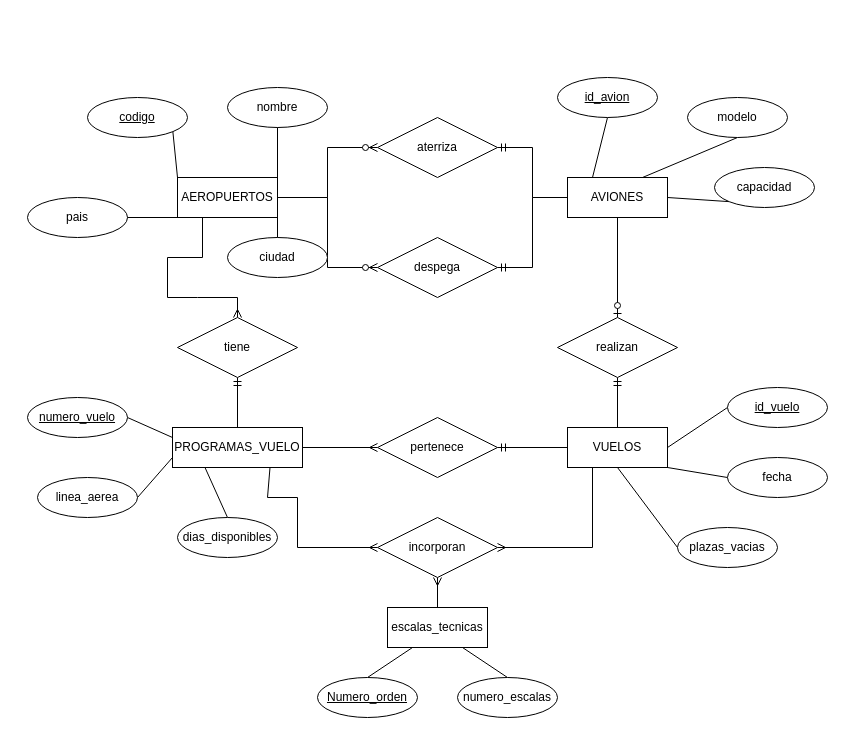
Before: aeropuerto.drawio in rosemberg0212/Software-libre, a draw.io diagram. Source tidied: cells renumbered, new cells numbered last; positions are measured from the earlier drawing's top-left corner, leaving out a move shared by most shapes. Both pictures are drawn from the tidied source at 100%, with x=0, y=0 at pixel (27, 77).
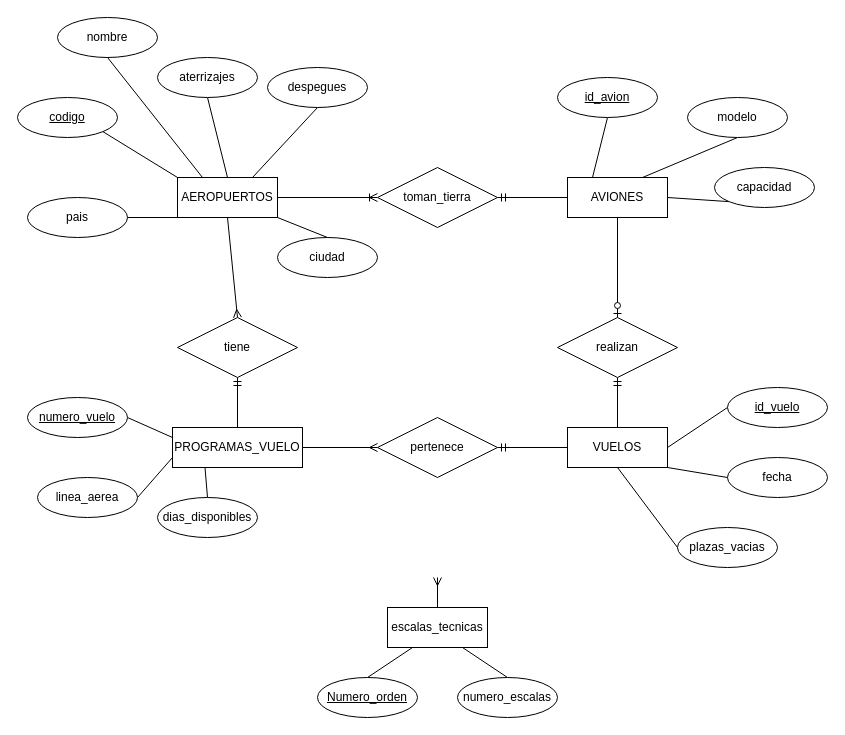
The same page after the edit.

The change refers to these unchanged cells:
```xml
<mxCell id="5" value="AEROPUERTOS" style="whiteSpace=wrap;html=1;align=center;" parent="1" vertex="1">
  <mxGeometry x="150" y="100" width="100" height="40" as="geometry" />
</mxCell>
<mxCell id="17" value="AVIONES" style="whiteSpace=wrap;html=1;align=center;" parent="1" vertex="1">
  <mxGeometry x="540" y="100" width="100" height="40" as="geometry" />
</mxCell>
<mxCell id="29" value="PROGRAMAS_VUELO" style="whiteSpace=wrap;html=1;align=center;" parent="1" vertex="1">
  <mxGeometry x="145" y="350" width="130" height="40" as="geometry" />
</mxCell>
<mxCell id="36" value="tiene" style="shape=rhombus;perimeter=rhombusPerimeter;whiteSpace=wrap;html=1;align=center;" parent="1" vertex="1">
  <mxGeometry x="150" y="240" width="120" height="60" as="geometry" />
</mxCell>
<mxCell id="40" value="VUELOS" style="whiteSpace=wrap;html=1;align=center;" parent="1" vertex="1">
  <mxGeometry x="540" y="350" width="100" height="40" as="geometry" />
</mxCell>
<mxCell id="52" value="escalas_tecnicas" style="whiteSpace=wrap;html=1;align=center;" parent="1" vertex="1">
  <mxGeometry x="360" y="530" width="100" height="40" as="geometry" />
</mxCell>
```

Change to the diagram source:
```diff
@@
-    <mxCell id="2" style="edgeStyle=orthogonalEdgeStyle;rounded=0;jettySize=auto;html=1;startArrow=none;startFill=0;endArrow=ERzeroToMany;endFill=1;" parent="1" edge="1" source="5" target="24">
-      <mxGeometry relative="1" as="geometry" />
-    </mxCell>
-    <mxCell id="3" style="edgeStyle=orthogonalEdgeStyle;rounded=0;jettySize=auto;html=1;entryX=0;entryY=0.5;entryDx=0;entryDy=0;startArrow=none;startFill=0;endArrow=ERzeroToMany;endFill=1;" parent="1" edge="1" source="5" target="25">
-      <mxGeometry relative="1" as="geometry" />
-    </mxCell>
-    <mxCell id="4" style="rounded=0;jettySize=auto;html=1;exitX=0.25;exitY=1;exitDx=0;exitDy=0;entryX=0.5;entryY=0;entryDx=0;entryDy=0;startArrow=none;startFill=0;endArrow=ERmany;endFill=0;" parent="1" edge="1" source="5" target="36">
-      <mxGeometry relative="1" as="geometry">
-        <Array as="points">
-          <mxPoint x="175" y="180" />
-          <mxPoint x="140" y="180" />
-          <mxPoint x="140" y="220" />
-          <mxPoint x="170" y="220" />
-          <mxPoint x="210" y="220" />
-        </Array>
-      </mxGeometry>
+    <mxCell id="4" style="rounded=0;jettySize=auto;html=1;exitX=0.5;exitY=1;exitDx=0;exitDy=0;entryX=0.5;entryY=0;entryDx=0;entryDy=0;startArrow=none;startFill=0;endArrow=ERmany;endFill=0;" parent="1" edge="1" source="5" target="36">
+      <mxGeometry relative="1" as="geometry" />
     </mxCell>
+    <mxCell id="56" style="edgeStyle=orthogonalEdgeStyle;rounded=0;jettySize=auto;html=1;exitX=1;exitY=0.5;exitDx=0;exitDy=0;entryX=0;entryY=0.5;entryDx=0;entryDy=0;endArrow=ERoneToMany;endFill=0;" parent="1" edge="1" source="5" target="58">
+      <mxGeometry relative="1" as="geometry" />
+    </mxCell>
@@
     <mxCell id="6" value="codigo" style="ellipse;whiteSpace=wrap;html=1;align=center;fontStyle=4;" parent="1" vertex="1">
-      <mxGeometry x="60" y="20" width="100" height="40" as="geometry" />
+      <mxGeometry x="-10" y="20" width="100" height="40" as="geometry" />
     </mxCell>
     <mxCell id="7" value="nombre" style="ellipse;whiteSpace=wrap;html=1;align=center;" parent="1" vertex="1">
-      <mxGeometry x="200" y="10" width="100" height="40" as="geometry" />
+      <mxGeometry x="30" y="-60" width="100" height="40" as="geometry" />
     </mxCell>
     <mxCell id="8" value="ciudad" style="ellipse;whiteSpace=wrap;html=1;align=center;" parent="1" vertex="1">
-      <mxGeometry x="200" y="160" width="100" height="40" as="geometry" />
+      <mxGeometry x="250" y="160" width="100" height="40" as="geometry" />
     </mxCell>
@@
-    <mxCell id="12" style="endArrow=none;html=1;rounded=0;exitX=1;exitY=0;exitDx=0;exitDy=0;entryX=0.5;entryY=1;entryDx=0;entryDy=0;" parent="1" edge="1" source="5" target="7">
+    <mxCell id="12" style="endArrow=none;html=1;rounded=0;exitX=0.25;exitY=0;exitDx=0;exitDy=0;entryX=0.5;entryY=1;entryDx=0;entryDy=0;" parent="1" edge="1" source="5" target="7">
       <mxGeometry relative="1" as="geometry" />
     </mxCell>
@@
-    <mxCell id="14" style="edgeStyle=orthogonalEdgeStyle;rounded=0;jettySize=auto;html=1;entryX=1;entryY=0.5;entryDx=0;entryDy=0;startArrow=none;startFill=0;endArrow=ERmandOne;endFill=0;" parent="1" edge="1" source="17" target="24">
-      <mxGeometry relative="1" as="geometry" />
-    </mxCell>
-    <mxCell id="15" style="edgeStyle=orthogonalEdgeStyle;rounded=0;jettySize=auto;html=1;entryX=1;entryY=0.5;entryDx=0;entryDy=0;startArrow=none;startFill=0;endArrow=ERmandOne;endFill=0;" parent="1" edge="1" source="17" target="25">
-      <mxGeometry relative="1" as="geometry" />
-    </mxCell>
@@
+    <mxCell id="57" style="edgeStyle=orthogonalEdgeStyle;rounded=0;jettySize=auto;html=1;exitX=0;exitY=0.5;exitDx=0;exitDy=0;entryX=1;entryY=0.5;entryDx=0;entryDy=0;endArrow=ERmandOne;endFill=0;" parent="1" edge="1" source="17" target="58">
+      <mxGeometry relative="1" as="geometry" />
+    </mxCell>
@@
-    <mxCell id="24" value="aterriza" style="shape=rhombus;perimeter=rhombusPerimeter;whiteSpace=wrap;html=1;align=center;" parent="1" vertex="1">
-      <mxGeometry x="350" y="40" width="120" height="60" as="geometry" />
-    </mxCell>
-    <mxCell id="25" value="despega" style="shape=rhombus;perimeter=rhombusPerimeter;whiteSpace=wrap;html=1;align=center;" parent="1" vertex="1">
-      <mxGeometry x="350" y="160" width="120" height="60" as="geometry" />
-    </mxCell>
@@
-    <mxCell id="28" style="edgeStyle=none;rounded=0;jettySize=auto;html=1;exitX=0.75;exitY=1;exitDx=0;exitDy=0;entryX=0;entryY=0.5;entryDx=0;entryDy=0;startArrow=none;startFill=0;endArrow=ERmany;endFill=0;" parent="1" edge="1" source="29" target="55">
-      <mxGeometry relative="1" as="geometry">
-        <Array as="points">
-          <mxPoint x="240" y="420" />
-          <mxPoint x="270" y="420" />
-          <mxPoint x="270" y="470" />
-        </Array>
-      </mxGeometry>
-    </mxCell>
@@
     <mxCell id="35" value="dias_disponibles" style="ellipse;whiteSpace=wrap;html=1;align=center;" parent="1" vertex="1">
-      <mxGeometry x="150" y="440" width="100" height="40" as="geometry" />
+      <mxGeometry x="130" y="420" width="100" height="40" as="geometry" />
     </mxCell>
@@
-    <mxCell id="39" style="edgeStyle=none;rounded=0;jettySize=auto;html=1;exitX=0.25;exitY=1;exitDx=0;exitDy=0;entryX=1;entryY=0.5;entryDx=0;entryDy=0;startArrow=none;startFill=0;endArrow=ERmany;endFill=0;" parent="1" edge="1" source="40" target="55">
-      <mxGeometry relative="1" as="geometry">
-        <Array as="points">
-          <mxPoint x="565" y="470" />
-        </Array>
-      </mxGeometry>
-    </mxCell>
@@
-    <mxCell id="49" style="edgeStyle=none;rounded=0;jettySize=auto;html=1;exitX=0.5;exitY=0;exitDx=0;exitDy=0;entryX=0.5;entryY=1;entryDx=0;entryDy=0;startArrow=none;startFill=0;endArrow=ERmany;endFill=0;" parent="1" edge="1" source="52" target="55">
-      <mxGeometry relative="1" as="geometry" />
+    <mxCell id="49" style="edgeStyle=none;rounded=0;jettySize=auto;html=1;exitX=0.5;exitY=0;exitDx=0;exitDy=0;entryX=0.5;entryY=1;entryDx=0;entryDy=0;startArrow=none;startFill=0;endArrow=ERmany;endFill=0;" parent="1" edge="1" source="52">
+      <mxGeometry relative="1" as="geometry">
+        <mxPoint x="410" y="500" as="targetPoint" />
+      </mxGeometry>
     </mxCell>
@@
-    <mxCell id="55" value="incorporan" style="shape=rhombus;perimeter=rhombusPerimeter;whiteSpace=wrap;html=1;align=center;" parent="1" vertex="1">
-      <mxGeometry x="350" y="440" width="120" height="60" as="geometry" />
-    </mxCell>
+    <mxCell id="58" value="toman_tierra" style="shape=rhombus;perimeter=rhombusPerimeter;whiteSpace=wrap;html=1;align=center;" parent="1" vertex="1">
+      <mxGeometry x="350" y="90" width="120" height="60" as="geometry" />
+    </mxCell>
+    <mxCell id="59" style="edgeStyle=none;rounded=0;jettySize=auto;html=1;exitX=0.5;exitY=1;exitDx=0;exitDy=0;entryX=0.75;entryY=0;entryDx=0;entryDy=0;endArrow=none;endFill=0;" parent="1" edge="1" source="60" target="5">
+      <mxGeometry relative="1" as="geometry" />
+    </mxCell>
+    <mxCell id="60" value="despegues" style="ellipse;whiteSpace=wrap;html=1;align=center;" parent="1" vertex="1">
+      <mxGeometry x="240" y="-10" width="100" height="40" as="geometry" />
+    </mxCell>
+    <mxCell id="61" style="rounded=0;jettySize=auto;html=1;exitX=0.5;exitY=1;exitDx=0;exitDy=0;entryX=0.5;entryY=0;entryDx=0;entryDy=0;endArrow=none;endFill=0;" parent="1" edge="1" source="62" target="5">
+      <mxGeometry relative="1" as="geometry" />
+    </mxCell>
+    <mxCell id="62" value="aterrizajes" style="ellipse;whiteSpace=wrap;html=1;align=center;" parent="1" vertex="1">
+      <mxGeometry x="130" y="-20" width="100" height="40" as="geometry" />
+    </mxCell>
```
